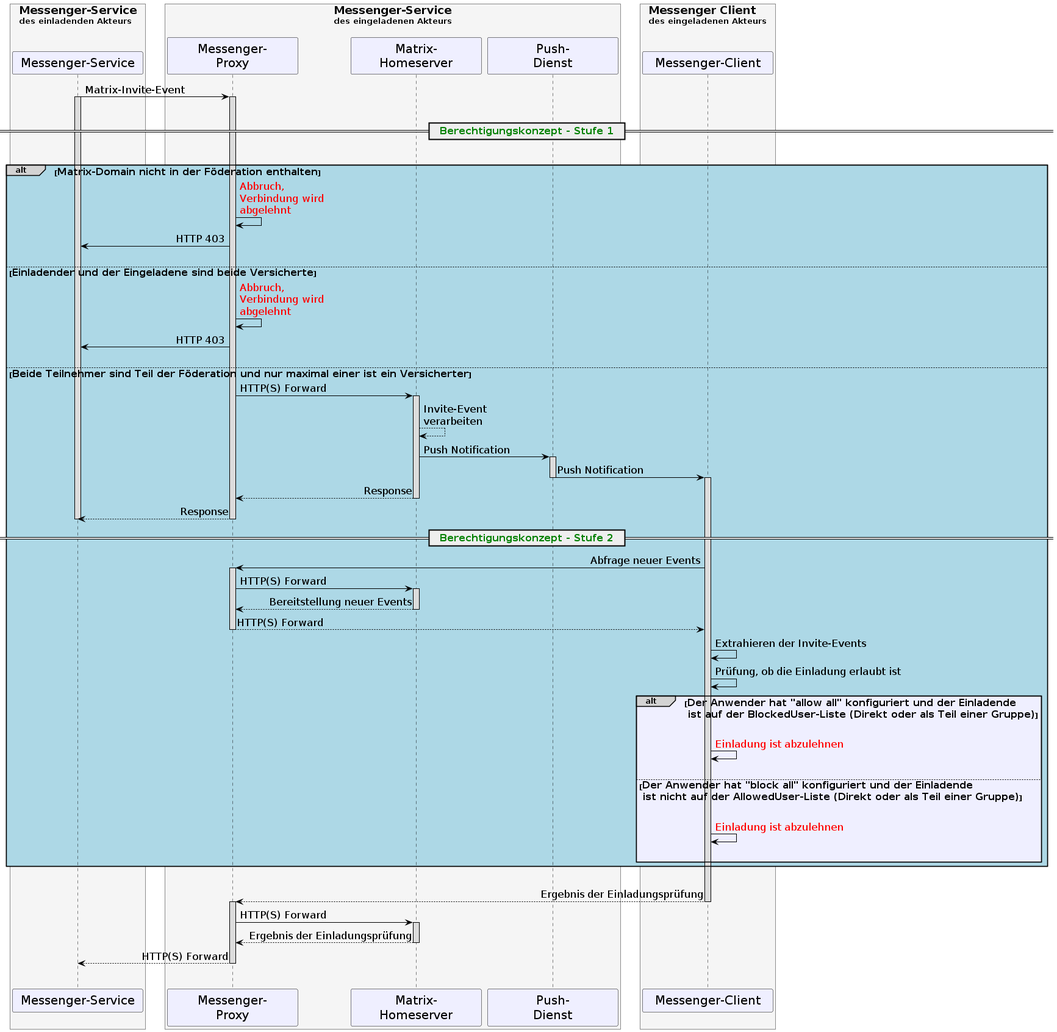
This is images/diagrams/TI-M_ePA/UC_Approvel_List_Seq_fdv.png from gematik/api-ti-messenger, a PlantUML export, as it was before one commit.
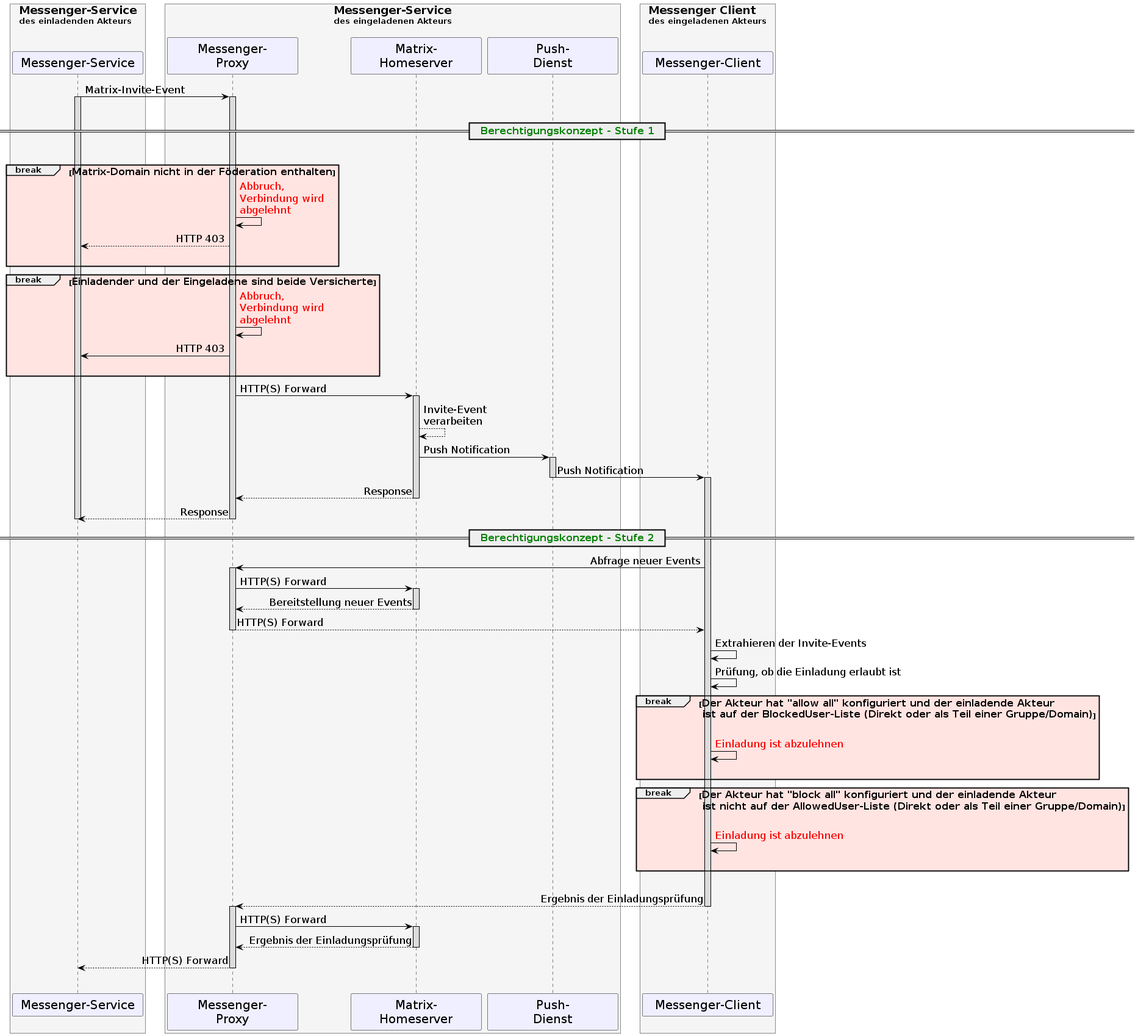
Later version of the same file.

What changed in the source:
```diff
@@ -14,6 +14,7 @@
 
   ParticipantBorderColor Motivation
   ParticipantBackgroundColor Motivation
+
   ParticipantFontSize 20
   ParticipantFontColor black
   ParticipantBorderColor Black
@@ -41,17 +42,17 @@
 |||
 == <font color=green><size:16>  Berechtigungskonzept - Stufe 1</size></font>  ==
 |||
-alt#LightGrey #LightBlue <size:16>Matrix-Domain nicht in der Föderation enthalten</size>
+break #MistyRose <size:16>Matrix-Domain nicht in der Föderation enthalten</size>
+  MP2->MP2:<font color=red>Abbruch, \n<font color=red>Verbindung wird \n<font color=red>abgelehnt</font>
+  MP2-->MS: HTTP 403
+  |||
+  end
+break  #MistyRose <size:16>Einladender und der Eingeladene sind beide Versicherte</size>
   MP2->MP2:<font color=red>Abbruch, \n<font color=red>Verbindung wird \n<font color=red>abgelehnt</font>
   MP2->MS: HTTP 403
   |||
+  end
 
-else  <size:16>Einladender und der Eingeladene sind beide Versicherte</size>
-  MP2->MP2:<font color=red>Abbruch, \n<font color=red>Verbindung wird \n<font color=red>abgelehnt</font>
-  MP2->MS: HTTP 403
-  |||
-
-else  <size:16>Beide Teilnehmer sind Teil der Föderation und nur maximal einer ist ein Versicherter</size>
   MP2->MH2: HTTP(S) Forward
   activate MH2
   MH2-->MH2: Invite-Event \nverarbeiten
@@ -77,16 +78,18 @@
   MC2->MC2: Extrahieren der Invite-Events
   MC2->MC2: Prüfung, ob die Einladung erlaubt ist
 
-  alt#LightGrey #MOTIVATION <size:16>Der Anwender hat "allow all" konfiguriert und der Einladende\n<size:16> ist auf der BlockedUser-Liste (Direkt oder als Teil einer Gruppe)</size>
-    |||
-    MC2->MC2:<font color=red>Einladung ist abzulehnen</font>
-    |||
-  else <size:16>Der Anwender hat "block all" konfiguriert und der Einladende\n<size:16> ist nicht auf der AllowedUser-Liste (Direkt oder als Teil einer Gruppe)</size>
+  break #MistyRose <size:16>Der Akteur hat "allow all" konfiguriert und der einladende Akteur\n<size:16> ist auf der BlockedUser-Liste (Direkt oder als Teil einer Gruppe/Domain)</size>
     |||
     MC2->MC2:<font color=red>Einladung ist abzulehnen</font>
     |||
   end
-end
+
+  break #MistyRose <size:16>Der Akteur hat "block all" konfiguriert und der einladende Akteur\n<size:16> ist nicht auf der AllowedUser-Liste (Direkt oder als Teil einer Gruppe/Domain)</size>
+    |||
+    MC2->MC2:<font color=red>Einladung ist abzulehnen</font>
+    |||
+  end
+
 
 |||
 MC2-->MP2: Ergebnis der Einladungsprüfung
```
